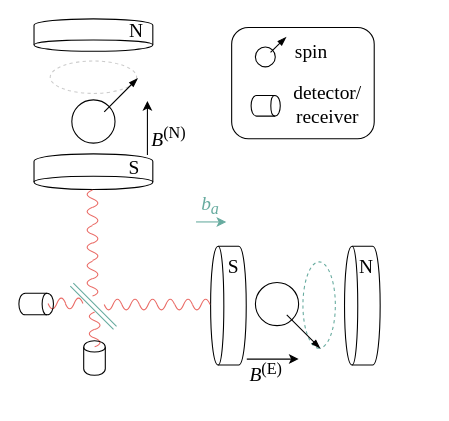
The draw.io diagram notebooks/scheme.dio in ncr292/Open-Haloscope, before the edit. Source tidied: cells renumbered, new cells numbered last; positions are measured from the earlier drawing's top-left corner, leaving out a move shared by most shapes. Both pictures are drawn from the tidied source at 108%, with x=0, y=0 at pixel (25, 18).
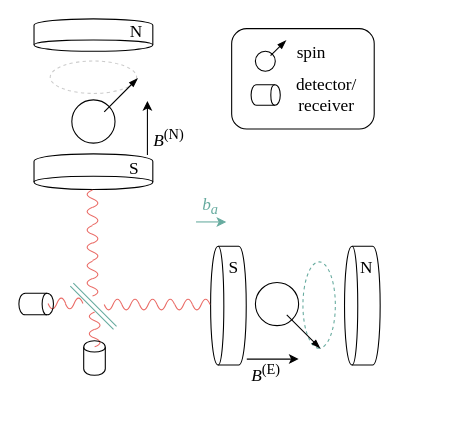
Above is the later version.

The change refers to these unchanged cells:
```xml
<mxCell id="2" style="group;" parent="1" vertex="1">
  <mxGeometry x="195" y="179" width="180" height="165" as="geometry" />
</mxCell>
<mxCell id="10" style="group;rotation=90;" parent="7" vertex="1">
  <mxGeometry x="45" y="-29" width="40" height="145" as="geometry" />
</mxCell>
<mxCell id="13" style="endArrow=classic;html=1;fontFamily=Serif;strokeColor=#67AB9F;" parent="10" edge="1">
  <mxGeometry relative="1" as="geometry">
    <mxPoint x="-82" y="31" as="sourcePoint" />
    <mxPoint x="-54" y="31" as="targetPoint" />
  </mxGeometry>
</mxCell>
<mxCell id="19" style="group;" parent="17" vertex="1">
  <mxGeometry width="118" height="158" as="geometry" />
</mxCell>
<mxCell id="51" style="group;rotation=-90;" parent="1" vertex="1">
  <mxGeometry x="213" y="31" width="110" height="80" as="geometry" />
</mxCell>
```

Change to the diagram source:
```diff
@@
-    <mxCell id="11" value="&lt;font style=&quot;font-size: 18px&quot; face=&quot;serif&quot;&gt;S&lt;/font&gt;" style="text;html=1;strokeColor=none;fillColor=none;align=center;verticalAlign=middle;whiteSpace=wrap;rounded=0;rotation=0;" parent="10" vertex="1">
+    <mxCell id="11" value="&lt;font style=&quot;font-size: 16px&quot; face=&quot;serif&quot;&gt;S&lt;/font&gt;" style="text;html=1;strokeColor=none;fillColor=none;align=center;verticalAlign=middle;whiteSpace=wrap;rounded=0;rotation=0;" parent="10" vertex="1">
       <mxGeometry x="-67" y="63" width="40" height="20" as="geometry" />
     </mxCell>
-    <mxCell id="12" value="&lt;font style=&quot;font-size: 18px&quot; face=&quot;serif&quot;&gt;N&lt;/font&gt;" style="text;html=1;strokeColor=none;fillColor=none;align=center;verticalAlign=middle;whiteSpace=wrap;rounded=0;rotation=0;" parent="10" vertex="1">
+    <mxCell id="12" value="&lt;font style=&quot;font-size: 16px&quot; face=&quot;serif&quot;&gt;N&lt;/font&gt;" style="text;html=1;strokeColor=none;fillColor=none;align=center;verticalAlign=middle;whiteSpace=wrap;rounded=0;rotation=0;" parent="10" vertex="1">
       <mxGeometry x="56" y="63" width="40" height="20" as="geometry" />
     </mxCell>
@@
-    <mxCell id="14" value="&lt;font color=&quot;#67ab9f&quot; style=&quot;font-size: 18px&quot;&gt;&lt;i&gt;b&lt;sub&gt;a&lt;/sub&gt;&lt;/i&gt;&lt;/font&gt;" style="text;html=1;align=center;verticalAlign=middle;labelBackgroundColor=none;fontFamily=Serif;" parent="13" vertex="1">
+    <mxCell id="14" value="&lt;font color=&quot;#67ab9f&quot; style=&quot;font-size: 16px&quot;&gt;&lt;i&gt;b&lt;sub&gt;a&lt;/sub&gt;&lt;/i&gt;&lt;/font&gt;" style="text;html=1;align=center;verticalAlign=middle;labelBackgroundColor=none;fontFamily=Serif;" parent="13" vertex="1">
       <mxGeometry x="0.37" y="-1" relative="1" as="geometry">
         <mxPoint x="-7" y="-17" as="offset" />
       </mxGeometry>
     </mxCell>
@@
-    <mxCell id="16" value="&lt;font face=&quot;Times New Roman&quot; style=&quot;font-size: 18px&quot;&gt;&lt;i&gt;B&lt;/i&gt;&lt;sup&gt;(E)&lt;/sup&gt;&lt;/font&gt;" style="text;html=1;strokeColor=none;fillColor=none;align=center;verticalAlign=middle;whiteSpace=wrap;rounded=0;dashed=1;fontFamily=Serif;" parent="2" vertex="1">
+    <mxCell id="16" value="&lt;font face=&quot;Times New Roman&quot; style=&quot;font-size: 16px&quot;&gt;&lt;i&gt;B&lt;/i&gt;&lt;sup&gt;(E)&lt;/sup&gt;&lt;/font&gt;" style="text;html=1;strokeColor=none;fillColor=none;align=center;verticalAlign=middle;whiteSpace=wrap;rounded=0;dashed=1;fontFamily=Serif;" parent="2" vertex="1">
       <mxGeometry x="8" y="139" width="40" height="20" as="geometry" />
     </mxCell>
@@
-    <mxCell id="22" value="&lt;font style=&quot;font-size: 18px&quot; face=&quot;serif&quot;&gt;S&lt;/font&gt;" style="text;html=1;strokeColor=none;fillColor=none;align=center;verticalAlign=middle;whiteSpace=wrap;rounded=0;" parent="19" vertex="1">
+    <mxCell id="22" value="&lt;font style=&quot;font-size: 16px&quot; face=&quot;serif&quot;&gt;S&lt;/font&gt;" style="text;html=1;strokeColor=none;fillColor=none;align=center;verticalAlign=middle;whiteSpace=wrap;rounded=0;" parent="19" vertex="1">
       <mxGeometry x="73" y="127" width="40" height="20" as="geometry" />
     </mxCell>
-    <mxCell id="23" value="&lt;font style=&quot;font-size: 18px&quot; face=&quot;serif&quot;&gt;N&lt;/font&gt;" style="text;html=1;strokeColor=none;fillColor=none;align=center;verticalAlign=middle;whiteSpace=wrap;rounded=0;" parent="19" vertex="1">
+    <mxCell id="23" value="&lt;font style=&quot;font-size: 16px&quot; face=&quot;serif&quot;&gt;N&lt;/font&gt;" style="text;html=1;strokeColor=none;fillColor=none;align=center;verticalAlign=middle;whiteSpace=wrap;rounded=0;" parent="19" vertex="1">
       <mxGeometry x="75" width="40" height="20" as="geometry" />
     </mxCell>
@@
-    <mxCell id="28" value="&lt;font face=&quot;Times New Roman&quot; style=&quot;font-size: 18px&quot;&gt;&lt;i&gt;B&lt;/i&gt;&lt;sup&gt;(N)&lt;/sup&gt;&lt;/font&gt;" style="text;html=1;strokeColor=none;fillColor=none;align=center;verticalAlign=middle;whiteSpace=wrap;rounded=0;dashed=1;fontFamily=Serif;" parent="1" vertex="1">
+    <mxCell id="28" value="&lt;font face=&quot;Times New Roman&quot; style=&quot;font-size: 16px&quot;&gt;&lt;i&gt;B&lt;/i&gt;&lt;sup&gt;(N)&lt;/sup&gt;&lt;/font&gt;" style="text;html=1;strokeColor=none;fillColor=none;align=center;verticalAlign=middle;whiteSpace=wrap;rounded=0;dashed=1;fontFamily=Serif;" parent="1" vertex="1">
       <mxGeometry x="113" y="100" width="40" height="20" as="geometry" />
     </mxCell>
@@
     <mxCell id="52" style="rounded=1;whiteSpace=wrap;html=1;" parent="51" vertex="1">
-      <mxGeometry x="-22" y="-23" width="132" height="103" as="geometry" />
+      <mxGeometry x="-22" y="-22" width="132" height="93" as="geometry" />
     </mxCell>
     <mxCell id="53" style="ellipse;whiteSpace=wrap;html=1;rotation=0;" parent="51" vertex="1">
-      <mxGeometry y="-5" width="18.4" height="18.4" as="geometry" />
+      <mxGeometry y="-1" width="18.4" height="18.4" as="geometry" />
     </mxCell>
     <mxCell id="54" style="endArrow=blockThin;html=1;endFill=1;" parent="51" edge="1">
       <mxGeometry relative="1" as="geometry">
-        <mxPoint x="14" as="sourcePoint" />
-        <mxPoint x="28.5" y="-14.2" as="targetPoint" />
+        <mxPoint x="14" y="3" as="sourcePoint" />
+        <mxPoint x="28.5" y="-11.2" as="targetPoint" />
       </mxGeometry>
     </mxCell>
     <mxCell id="55" style="shape=cylinder;whiteSpace=wrap;html=1;boundedLbl=1;rounded=0;strokeColor=#000000;fillColor=none;gradientColor=none;rotation=90;" parent="1" vertex="1">
-      <mxGeometry x="213" y="67" width="19" height="27" as="geometry" />
+      <mxGeometry x="213" y="57" width="19" height="27" as="geometry" />
     </mxCell>
-    <mxCell id="56" value="&lt;font style=&quot;font-size: 18px&quot; face=&quot;serif&quot;&gt;spin&lt;/font&gt;" style="text;html=1;strokeColor=none;fillColor=none;align=center;verticalAlign=middle;whiteSpace=wrap;rounded=0;" parent="1" vertex="1">
+    <mxCell id="56" value="&lt;font style=&quot;font-size: 16px&quot; face=&quot;serif&quot;&gt;spin&lt;/font&gt;" style="text;html=1;strokeColor=none;fillColor=none;align=center;verticalAlign=middle;whiteSpace=wrap;rounded=0;" parent="1" vertex="1">
       <mxGeometry x="245" y="21" width="40" height="20" as="geometry" />
     </mxCell>
-    <mxCell id="57" value="&lt;font style=&quot;font-size: 18px&quot; face=&quot;serif&quot;&gt;detector/&lt;/font&gt;&lt;div&gt;&lt;font style=&quot;font-size: 18px&quot; face=&quot;serif&quot;&gt;receiver&lt;/font&gt;&lt;/div&gt;" style="text;html=1;strokeColor=none;fillColor=none;align=center;verticalAlign=middle;whiteSpace=wrap;rounded=0;" parent="1" vertex="1">
-      <mxGeometry x="260" y="70" width="40" height="20" as="geometry" />
+    <mxCell id="57" value="&lt;font style=&quot;font-size: 16px&quot; face=&quot;serif&quot;&gt;detector/&lt;/font&gt;&lt;div style=&quot;font-size: 16px&quot;&gt;&lt;font style=&quot;font-size: 16px&quot; face=&quot;serif&quot;&gt;receiver&lt;/font&gt;&lt;/div&gt;" style="text;html=1;strokeColor=none;fillColor=none;align=center;verticalAlign=middle;whiteSpace=wrap;rounded=0;" parent="1" vertex="1">
+      <mxGeometry x="259" y="60" width="40" height="20" as="geometry" />
     </mxCell>
```
